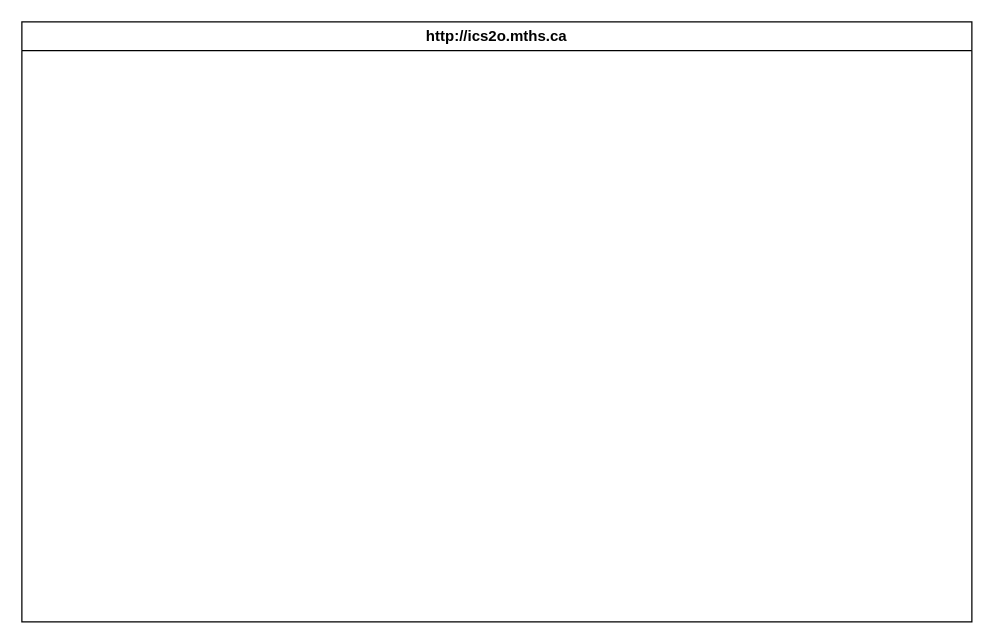
This is design/storyboard.drawio from MTHS-ICS2O-2-2022/ICS2O-Unit-3-04-Lucas-Osmond, a draw.io file, before an edit. Source tidied: cells renumbered, new cells numbered last; positions are measured from the earlier drawing's top-left corner, leaving out a move shared by most shapes. Both pictures are drawn from the tidied source at 125%, with x=0, y=0 at pixel (21, 21).
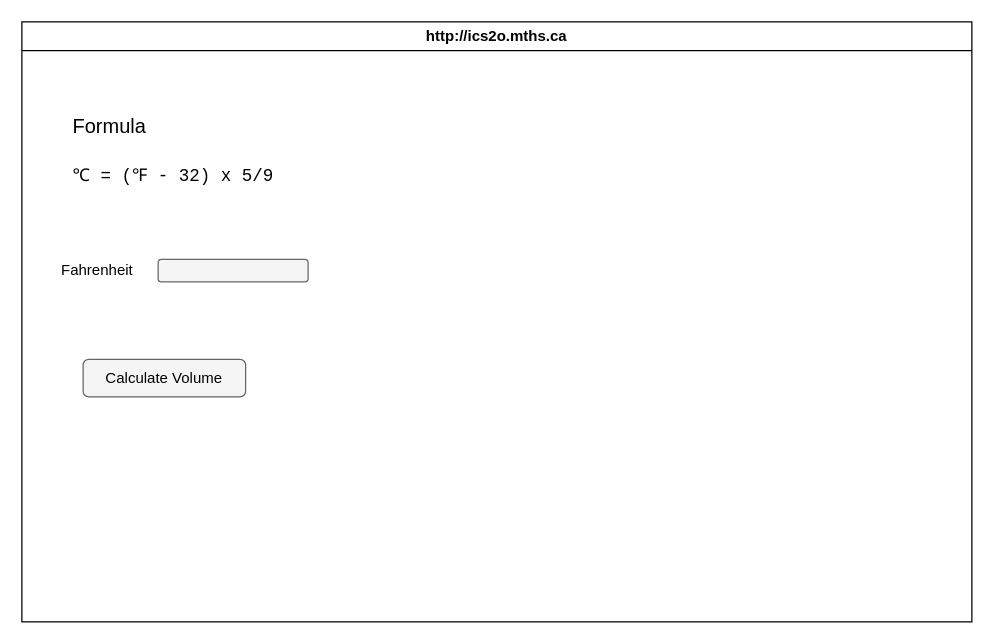
The same diagram, later.

Commit message (it also covers changes not shown here):
finished storyboard

What changed in the source:
```diff
@@
-<mxGraphModel>
+<mxGraphModel background="#ffffff">
   <root>
     <mxCell id="0" />
     <mxCell id="1" parent="0" />
-    <mxCell id="2" value="http://ics2o.mths.ca" style="swimlane;whiteSpace=wrap;html=1;" parent="1" vertex="1">
+    <mxCell id="2" value="&lt;font color=&quot;#000000&quot;&gt;http://ics2o.mths.ca&lt;/font&gt;" style="swimlane;whiteSpace=wrap;html=1;fillColor=#FFFFFF;" parent="1" vertex="1">
       <mxGeometry width="760" height="480" as="geometry" />
     </mxCell>
+    <mxCell id="3" style="rounded=1;whiteSpace=wrap;html=1;fillColor=#f5f5f5;fontColor=#333333;strokeColor=#666666;" parent="2" vertex="1">
+      <mxGeometry x="109" y="190" width="120" height="18" as="geometry" />
+    </mxCell>
+    <mxCell id="4" value="Calculate Volume" style="rounded=1;whiteSpace=wrap;html=1;fillColor=#f5f5f5;fontColor=#000000;strokeColor=#666666;" parent="1" vertex="1">
+      <mxGeometry x="49" y="270" width="130" height="30" as="geometry" />
+    </mxCell>
+    <mxCell id="5" value="Fahrenheit" style="text;html=1;align=center;verticalAlign=middle;strokeColor=none;fillColor=none;fontColor=#000000;" parent="1" vertex="1">
+      <mxGeometry x="20" y="184" width="80" height="30" as="geometry" />
+    </mxCell>
+    <mxCell id="6" value="&lt;font style=&quot;font-size: 16px;&quot;&gt;Formula&lt;br&gt;&lt;br&gt;&lt;span style=&quot;font-family: Consolas, &amp;quot;Courier New&amp;quot;, monospace; font-size: 14px;&quot;&gt;℃ = (℉ - 32) x 5/9&lt;/span&gt;&lt;br&gt;&lt;/font&gt;" style="text;html=1;align=left;verticalAlign=middle;strokeColor=none;fillColor=none;strokeWidth=1;fontColor=#000000;labelBackgroundColor=none;" parent="1" vertex="1">
+      <mxGeometry x="39" y="68" width="180" height="70" as="geometry" />
+    </mxCell>
   </root>
 </mxGraphModel>
```
